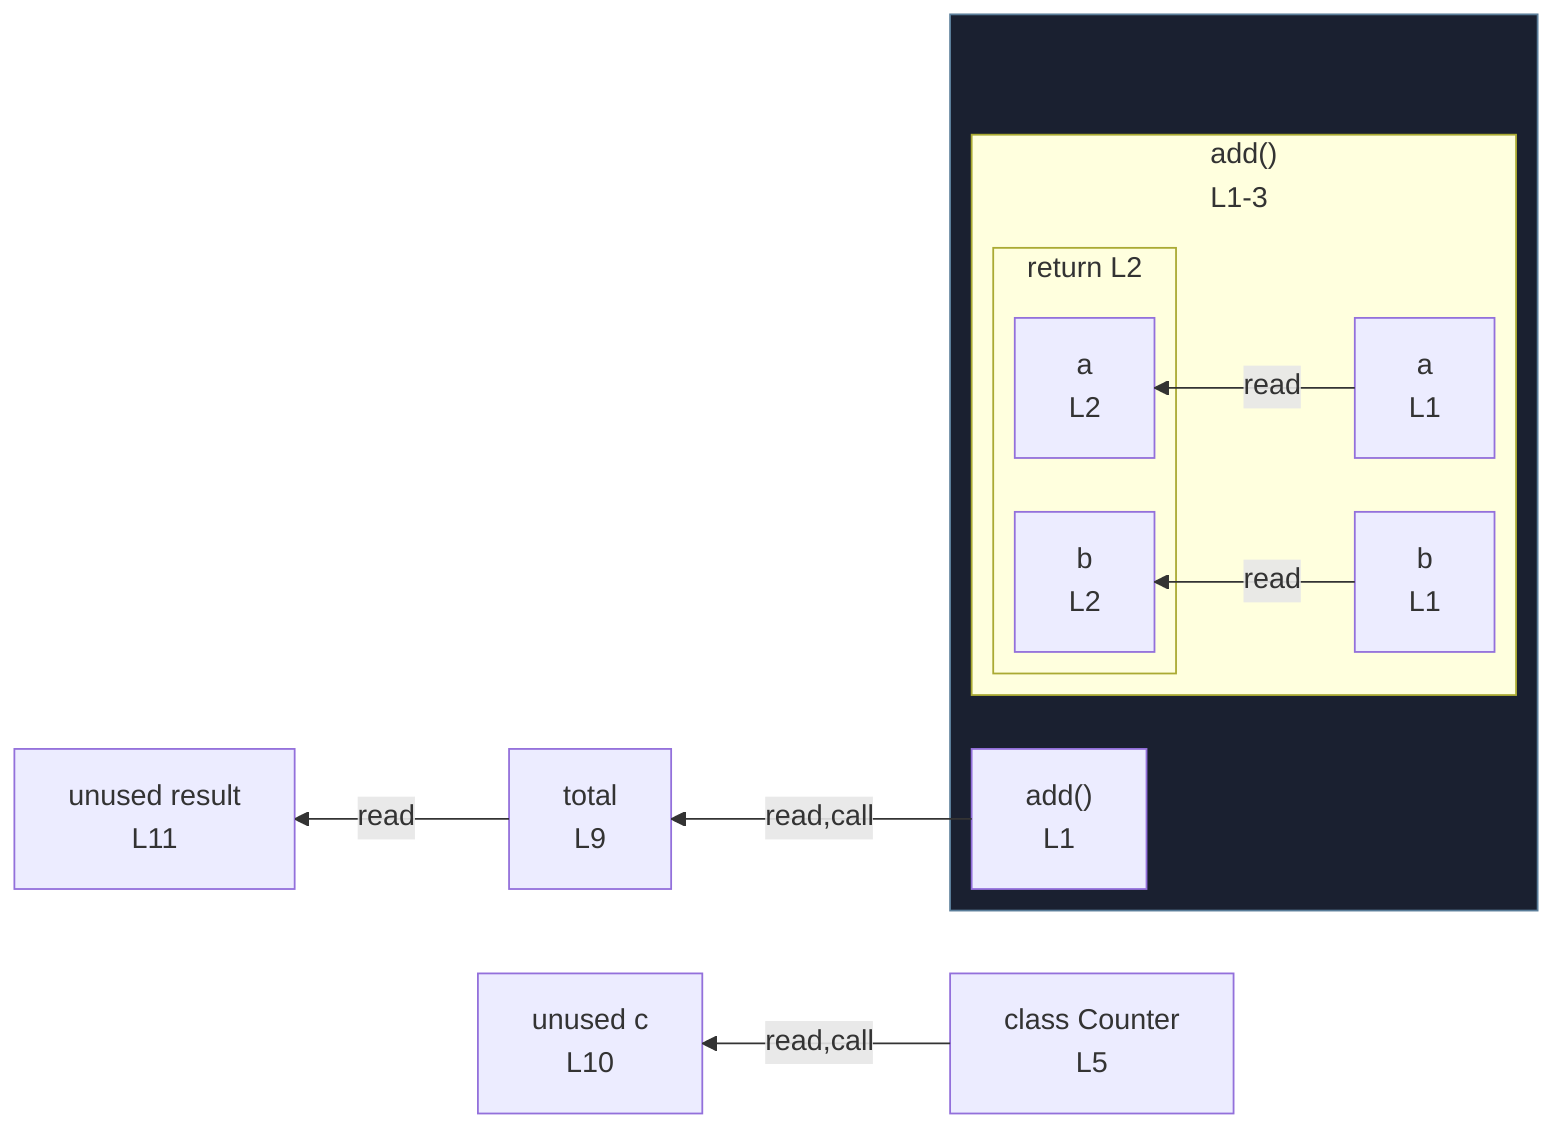
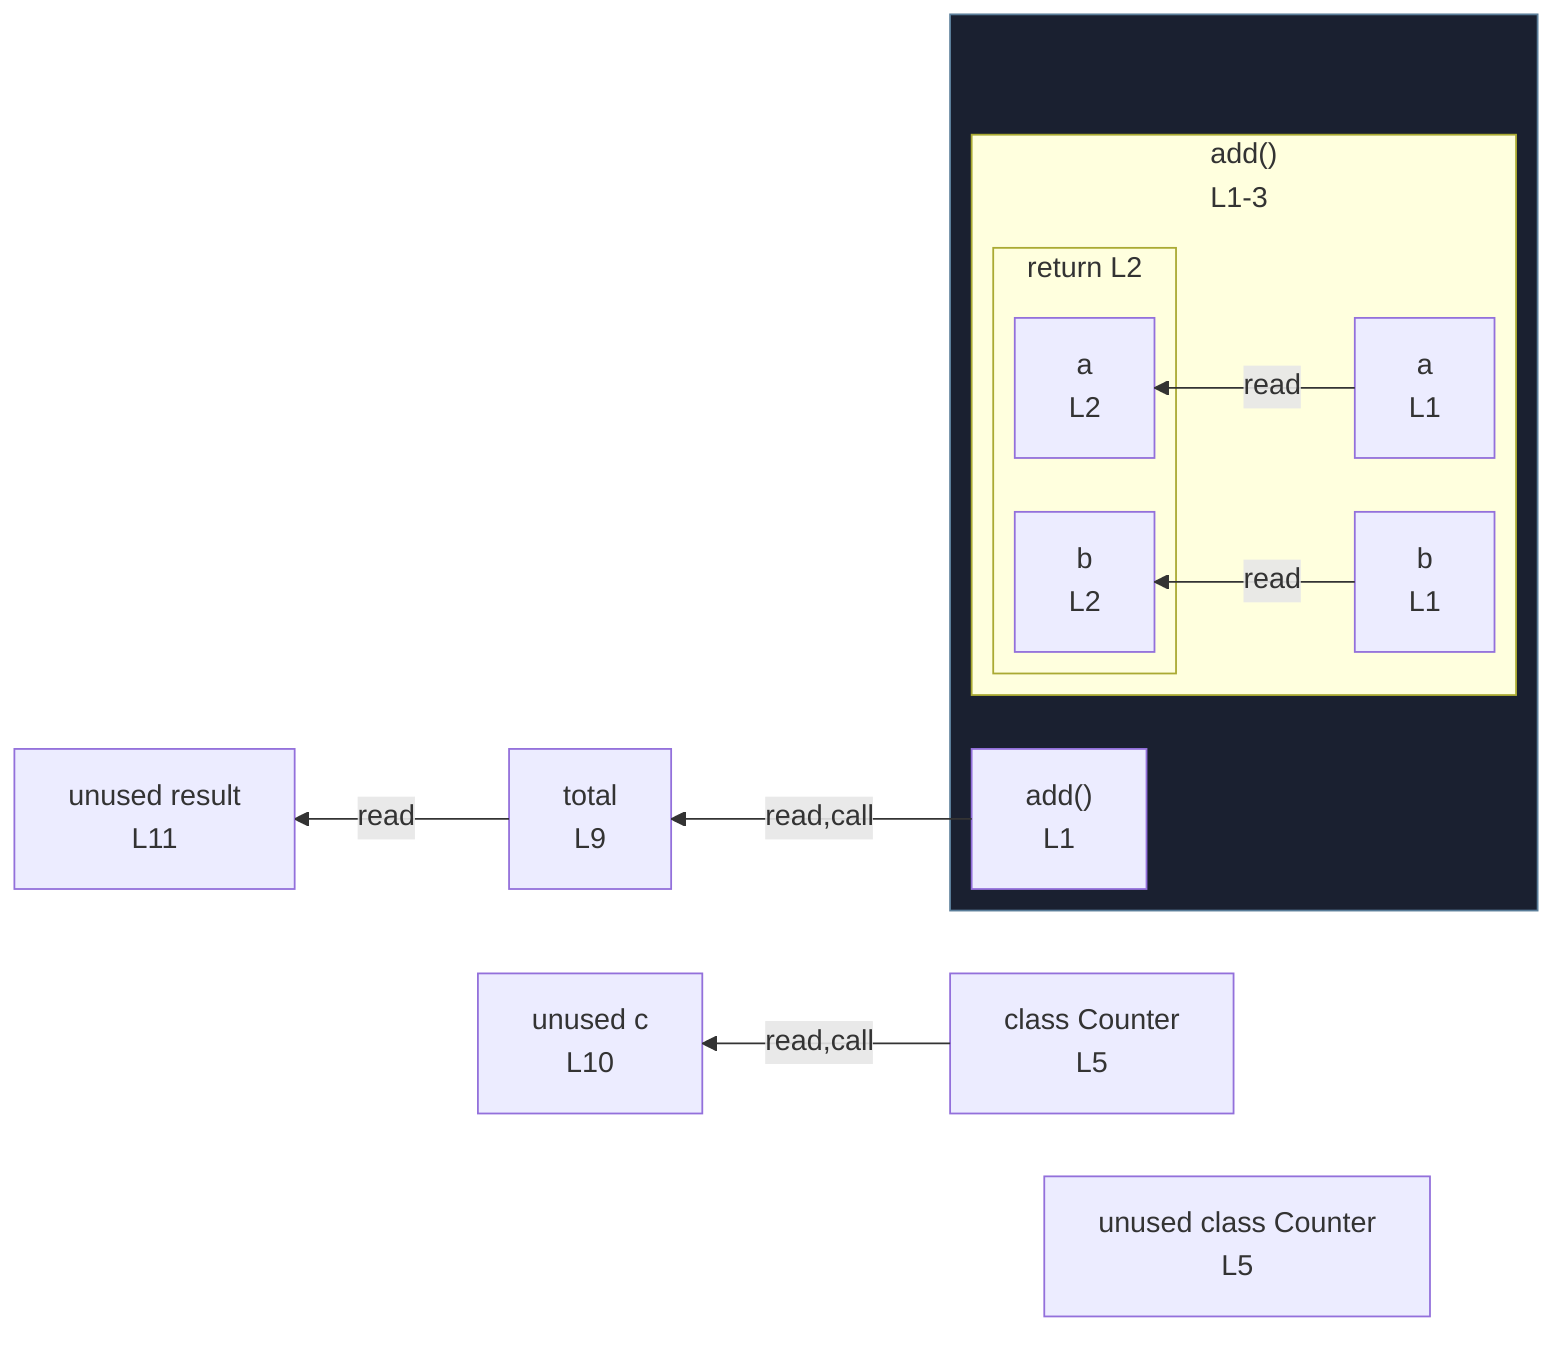
%%{init: {"flowchart": {"defaultRenderer": "elk"}}}%%
flowchart RL
  n_scope_0_Counter_62["class Counter<br/>L5"]
  n_scope_0_total_94["total<br/>L9"]
  n_scope_0_c_119["unused c<br/>L10"]
  n_scope_0_result_144["unused result<br/>L11"]
+   n_scope_2_Counter_62["unused class Counter<br/>L5"]
  subgraph wrap_s_scope_1[" "]
    direction TB
    n_scope_0_add_9["add()<br/>L1"]
    subgraph s_scope_1["add()<br/>L1-3"]
      direction RL
      n_scope_1_a_13["a<br/>L1"]
      n_scope_1_b_24["b<br/>L1"]
      subgraph s_return_scope_0_add_9_39_52["return L2"]
        direction RL
        ret_use_ref_0["a<br/>L2"]
        ret_use_ref_1["b<br/>L2"]
      end
    end
  end
  n_scope_1_a_13 -->|read| ret_use_ref_0
  n_scope_1_b_24 -->|read| ret_use_ref_1
  n_scope_0_add_9 -->|read,call| n_scope_0_total_94
  n_scope_0_Counter_62 -->|read,call| n_scope_0_c_119
  n_scope_0_total_94 -->|read| n_scope_0_result_144
  classDef fnWrap fill:#1a2030,stroke:#5a7d99;
  class wrap_s_scope_1 fnWrap;
